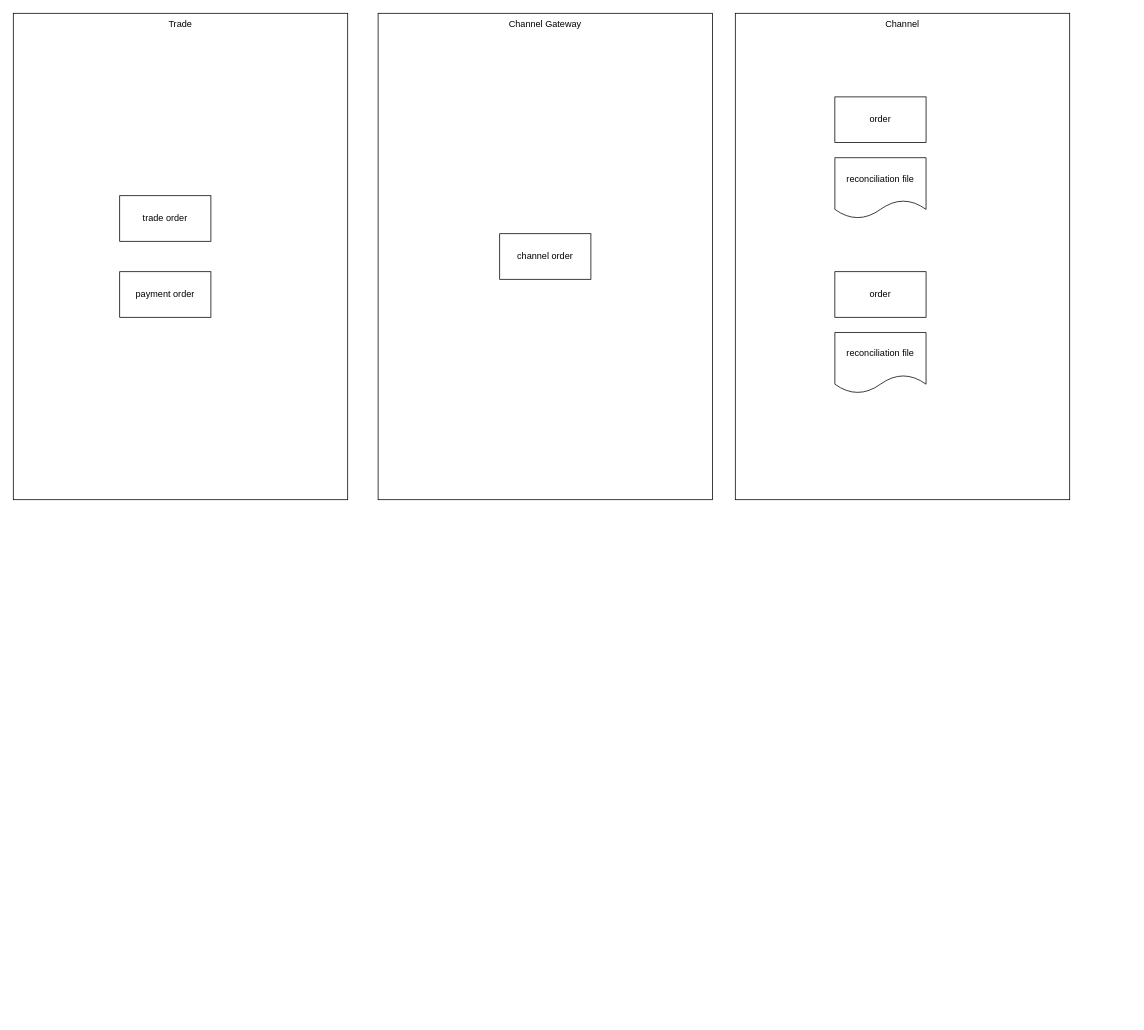
Above: reconciliation solution.drawio in catface996/images (draw.io), before the change. Source tidied: cells renumbered, new cells numbered last; positions are measured from the earlier drawing's top-left corner, leaving out a move shared by most shapes. Both pictures are drawn from the tidied source at 76%, with x=0, y=0 at pixel (13, 13). Pictures stored in the file or linked from it are replaced by grey dashed boxes.
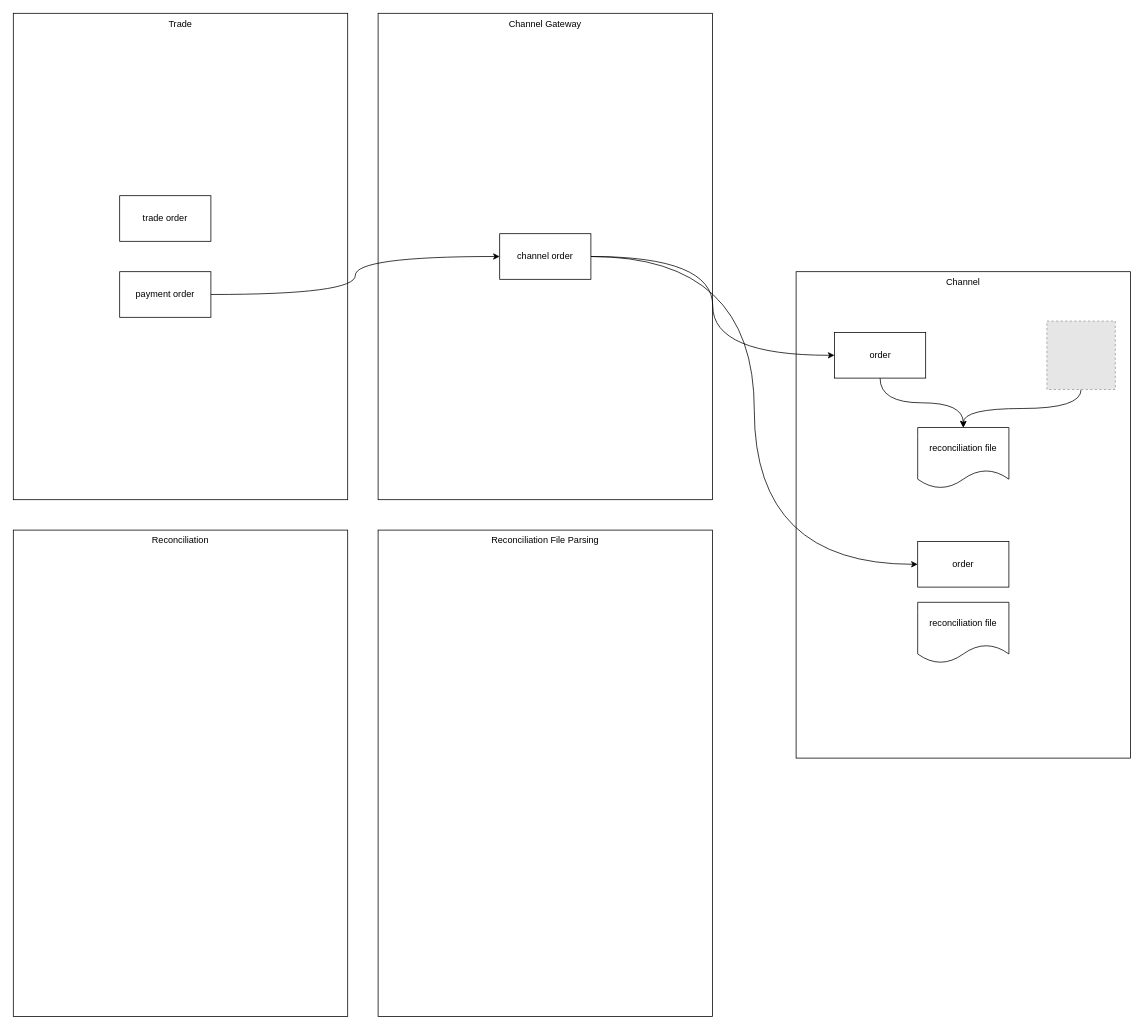
After the change.

Change to the diagram source:
```diff
@@
 <mxGraphModel>
   <root>
     <mxCell id="0" />
     <mxCell id="1" parent="0" />
     <mxCell id="2" value="Trade" style="rounded=0;whiteSpace=wrap;html=1;align=center;verticalAlign=top;" parent="1" vertex="1">
       <mxGeometry width="440" height="640" as="geometry" />
     </mxCell>
     <mxCell id="3" value="Channel Gateway" style="rounded=0;whiteSpace=wrap;html=1;align=center;verticalAlign=top;" parent="1" vertex="1">
       <mxGeometry x="480" width="440" height="640" as="geometry" />
     </mxCell>
     <mxCell id="4" value="Channel" style="rounded=0;whiteSpace=wrap;html=1;align=center;verticalAlign=top;" parent="1" vertex="1">
-      <mxGeometry x="950" width="440" height="640" as="geometry" />
+      <mxGeometry x="1030" y="340" width="440" height="640" as="geometry" />
     </mxCell>
     <mxCell id="5" value="trade order" style="rounded=0;whiteSpace=wrap;html=1;" parent="1" vertex="1">
       <mxGeometry x="140" y="240" width="120" height="60" as="geometry" />
     </mxCell>
+    <mxCell id="12" style="edgeStyle=orthogonalEdgeStyle;rounded=0;jettySize=auto;html=1;entryX=0;entryY=0.5;entryDx=0;entryDy=0;curved=1;" parent="1" edge="1" source="6" target="7">
+      <mxGeometry relative="1" as="geometry" />
+    </mxCell>
     <mxCell id="6" value="payment order" style="rounded=0;whiteSpace=wrap;html=1;" parent="1" vertex="1">
       <mxGeometry x="140" y="340" width="120" height="60" as="geometry" />
     </mxCell>
+    <mxCell id="13" style="edgeStyle=orthogonalEdgeStyle;rounded=0;jettySize=auto;html=1;entryX=0;entryY=0.5;entryDx=0;entryDy=0;curved=1;" parent="1" edge="1" source="7" target="9">
+      <mxGeometry relative="1" as="geometry" />
+    </mxCell>
+    <mxCell id="14" style="edgeStyle=orthogonalEdgeStyle;rounded=0;jettySize=auto;html=1;entryX=0;entryY=0.5;entryDx=0;entryDy=0;curved=1;" parent="1" edge="1" source="7" target="11">
+      <mxGeometry relative="1" as="geometry" />
+    </mxCell>
     <mxCell id="7" value="channel order" style="rounded=0;whiteSpace=wrap;html=1;" parent="1" vertex="1">
       <mxGeometry x="640" y="290" width="120" height="60" as="geometry" />
     </mxCell>
     <mxCell id="8" value="reconciliation file" style="shape=document;whiteSpace=wrap;html=1;boundedLbl=1;" parent="1" vertex="1">
-      <mxGeometry x="1081" y="420" width="120" height="80" as="geometry" />
+      <mxGeometry x="1190" y="775" width="120" height="80" as="geometry" />
     </mxCell>
     <mxCell id="9" value="order" style="rounded=0;whiteSpace=wrap;html=1;" parent="1" vertex="1">
-      <mxGeometry x="1081" y="340" width="120" height="60" as="geometry" />
+      <mxGeometry x="1190" y="695" width="120" height="60" as="geometry" />
     </mxCell>
     <mxCell id="10" value="reconciliation file" style="shape=document;whiteSpace=wrap;html=1;boundedLbl=1;" parent="1" vertex="1">
-      <mxGeometry x="1081" y="190" width="120" height="80" as="geometry" />
+      <mxGeometry x="1190" y="545" width="120" height="80" as="geometry" />
     </mxCell>
+    <mxCell id="15" style="edgeStyle=orthogonalEdgeStyle;rounded=0;jettySize=auto;html=1;entryX=0.5;entryY=0;entryDx=0;entryDy=0;curved=1;" parent="1" edge="1" source="11" target="10">
+      <mxGeometry relative="1" as="geometry" />
+    </mxCell>
     <mxCell id="11" value="order" style="rounded=0;whiteSpace=wrap;html=1;" parent="1" vertex="1">
-      <mxGeometry x="1081" y="110" width="120" height="60" as="geometry" />
+      <mxGeometry x="1080.5" y="420" width="120" height="60" as="geometry" />
     </mxCell>
+    <mxCell id="16" value="&lt;div style=&quot;text-align: left;&quot;&gt;&lt;span style=&quot;background-color: initial;&quot;&gt;Reconciliation File Parsing&lt;/span&gt;&lt;/div&gt;" style="rounded=0;whiteSpace=wrap;html=1;align=center;verticalAlign=top;" parent="1" vertex="1">
+      <mxGeometry x="480" y="680" width="440" height="640" as="geometry" />
+    </mxCell>
+    <mxCell id="17" value="Reconciliation" style="rounded=0;whiteSpace=wrap;html=1;align=center;verticalAlign=top;" parent="1" vertex="1">
+      <mxGeometry y="680" width="440" height="640" as="geometry" />
+    </mxCell>
+    <mxCell id="18" style="edgeStyle=orthogonalEdgeStyle;rounded=0;jettySize=auto;html=1;entryX=0.5;entryY=0;entryDx=0;entryDy=0;curved=1;exitX=0.5;exitY=1;exitDx=0;exitDy=0;" parent="1" edge="1" source="19" target="10">
+      <mxGeometry relative="1" as="geometry" />
+    </mxCell>
+    <mxCell id="19" style="fillColor=#E6E6E6;strokeColor=#999999;dashed=1;html=1;verticalAlign=top;verticalLabelPosition=bottom;labelBackgroundColor=#ffffff;" parent="1" vertex="1">
+      <mxGeometry x="1360" y="405" width="90" height="90" as="geometry" />
+    </mxCell>
   </root>
 </mxGraphModel>
```
